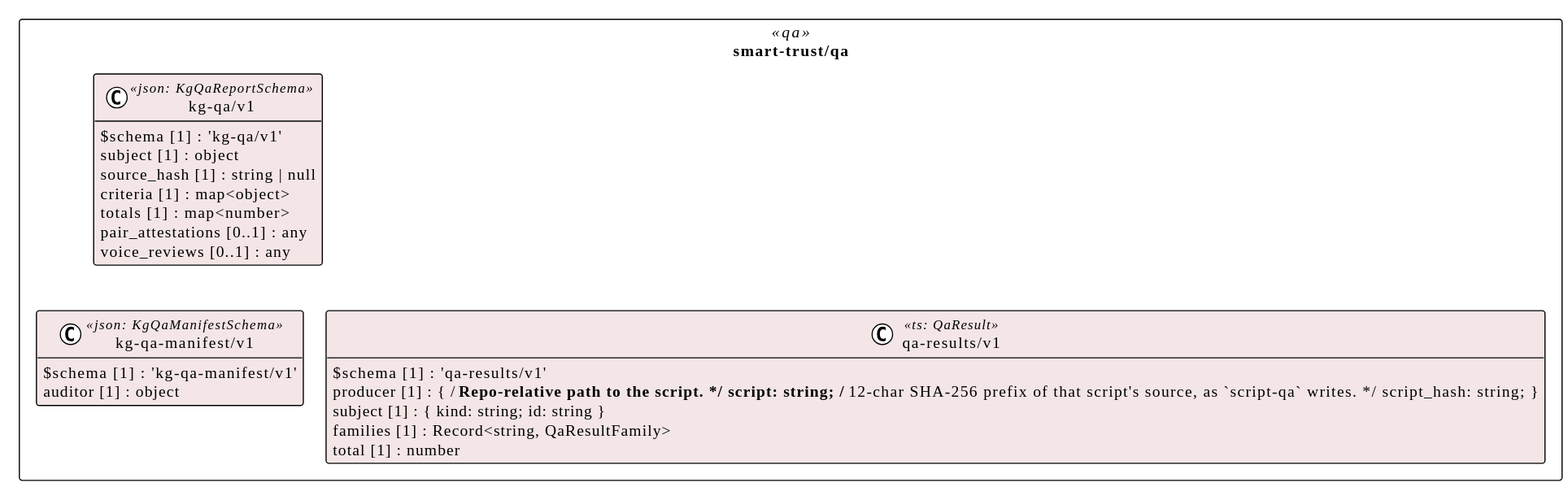
Above: assets/img/uml/overview/smart-trust/qa.svg in litlfred/smart-trust (PlantUML), before the change.
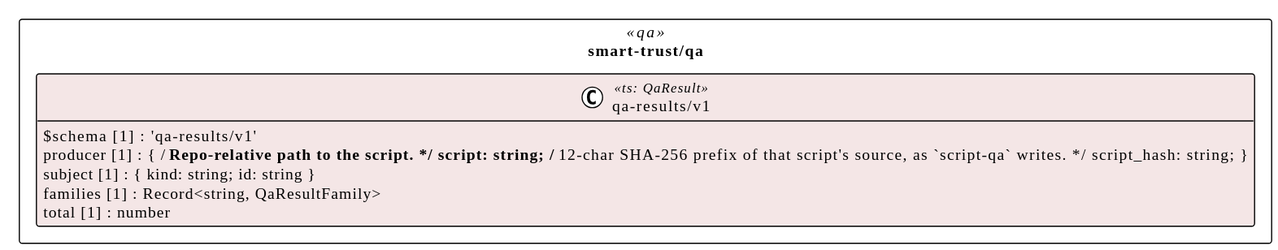
The same diagram one commit later.

What changed in the source:
```diff
@@ -7,19 +7,6 @@
 hide empty methods
 
 package "smart-trust/qa" as pkg_smart_trust_qa <<qa>> {
-  class "kg-qa/v1" as smart_trust_qa_kg_qa_v1_kg_qa_v1 <<json: KgQaReportSchema>> #f4e6e6 {
-    $schema [1] : 'kg-qa/v1'
-    subject [1] : object
-    source_hash [1] : string | null
-    criteria [1] : map<object>
-    totals [1] : map<number>
-    pair_attestations [0..1] : any
-    voice_reviews [0..1] : any
-  }
-  class "kg-qa-manifest/v1" as smart_trust_qa_kg_qa_manifest_v1_kg_qa_manifest_v1 <<json: KgQaManifestSchema>> #f4e6e6 {
-    $schema [1] : 'kg-qa-manifest/v1'
-    auditor [1] : object
-  }
   class "qa-results/v1" as smart_trust_qa_qa_results_v1 <<ts: QaResult>> #f4e6e6 {
     $schema [1] : 'qa-results/v1'
     producer [1] : { /** Repo-relative path to the script. */ script: string; /** 12-char SHA-256 prefix of that script's source, as `script-qa` writes. */ script_hash: string; }
```
